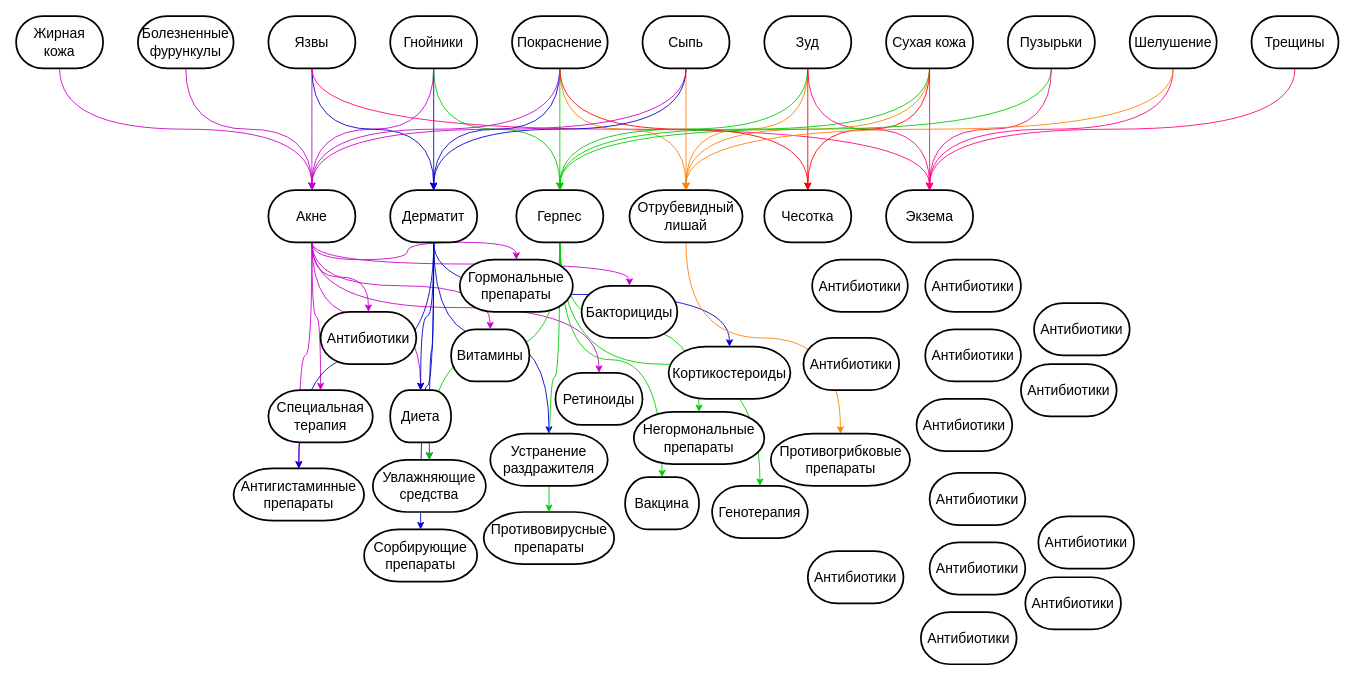
Above: DZ2.drawio in DMfananddu/DSM (draw.io), before the change. Source tidied: cells renumbered, new cells numbered last; positions are measured from the earlier drawing's top-left corner, leaving out a move shared by most shapes. Both pictures are drawn from the tidied source at 87%, with x=0, y=0 at pixel (16, 16).
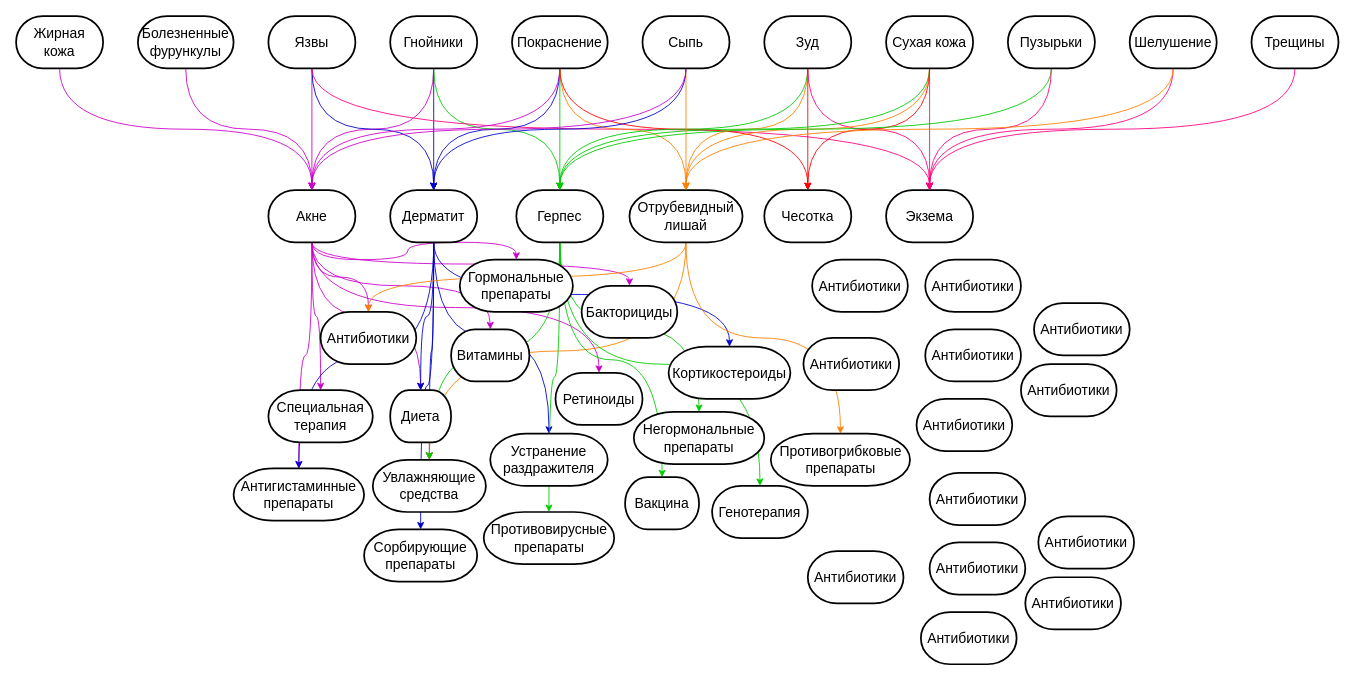
After the change.

Unchanged cells that the change refers to:
```xml
<mxCell id="20" value="Отрубевидный лишай" style="strokeWidth=2;html=1;shape=mxgraph.flowchart.terminator;whiteSpace=wrap;fontSize=16;" parent="1" vertex="1">
  <mxGeometry x="705" y="200" width="130" height="60" as="geometry" />
</mxCell>
<mxCell id="68" value="Антибиотики" style="strokeWidth=2;html=1;shape=mxgraph.flowchart.terminator;whiteSpace=wrap;fontSize=16;" parent="1" vertex="1">
  <mxGeometry x="350" y="340" width="110" height="60" as="geometry" />
</mxCell>
<mxCell id="71" value="Увлажняющие средства" style="strokeWidth=2;html=1;shape=mxgraph.flowchart.terminator;whiteSpace=wrap;fontSize=16;" parent="1" vertex="1">
  <mxGeometry x="410" y="510" width="130" height="60" as="geometry" />
</mxCell>
```

The edit, as a diff of the source:
```diff
@@
+    <mxCell id="98" style="edgeStyle=orthogonalEdgeStyle;curved=1;rounded=0;jettySize=auto;html=1;exitX=0.5;exitY=1;exitDx=0;exitDy=0;exitPerimeter=0;entryX=0.5;entryY=0;entryDx=0;entryDy=0;entryPerimeter=0;strokeColor=#FF8000;" parent="1" edge="1" source="20" target="68">
+      <mxGeometry relative="1" as="geometry" />
+    </mxCell>
+    <mxCell id="99" style="edgeStyle=orthogonalEdgeStyle;curved=1;rounded=0;jettySize=auto;html=1;exitX=0.5;exitY=1;exitDx=0;exitDy=0;exitPerimeter=0;entryX=0.5;entryY=0;entryDx=0;entryDy=0;entryPerimeter=0;strokeColor=#FF8000;" parent="1" edge="1" source="20" target="71">
+      <mxGeometry relative="1" as="geometry" />
+    </mxCell>
```
